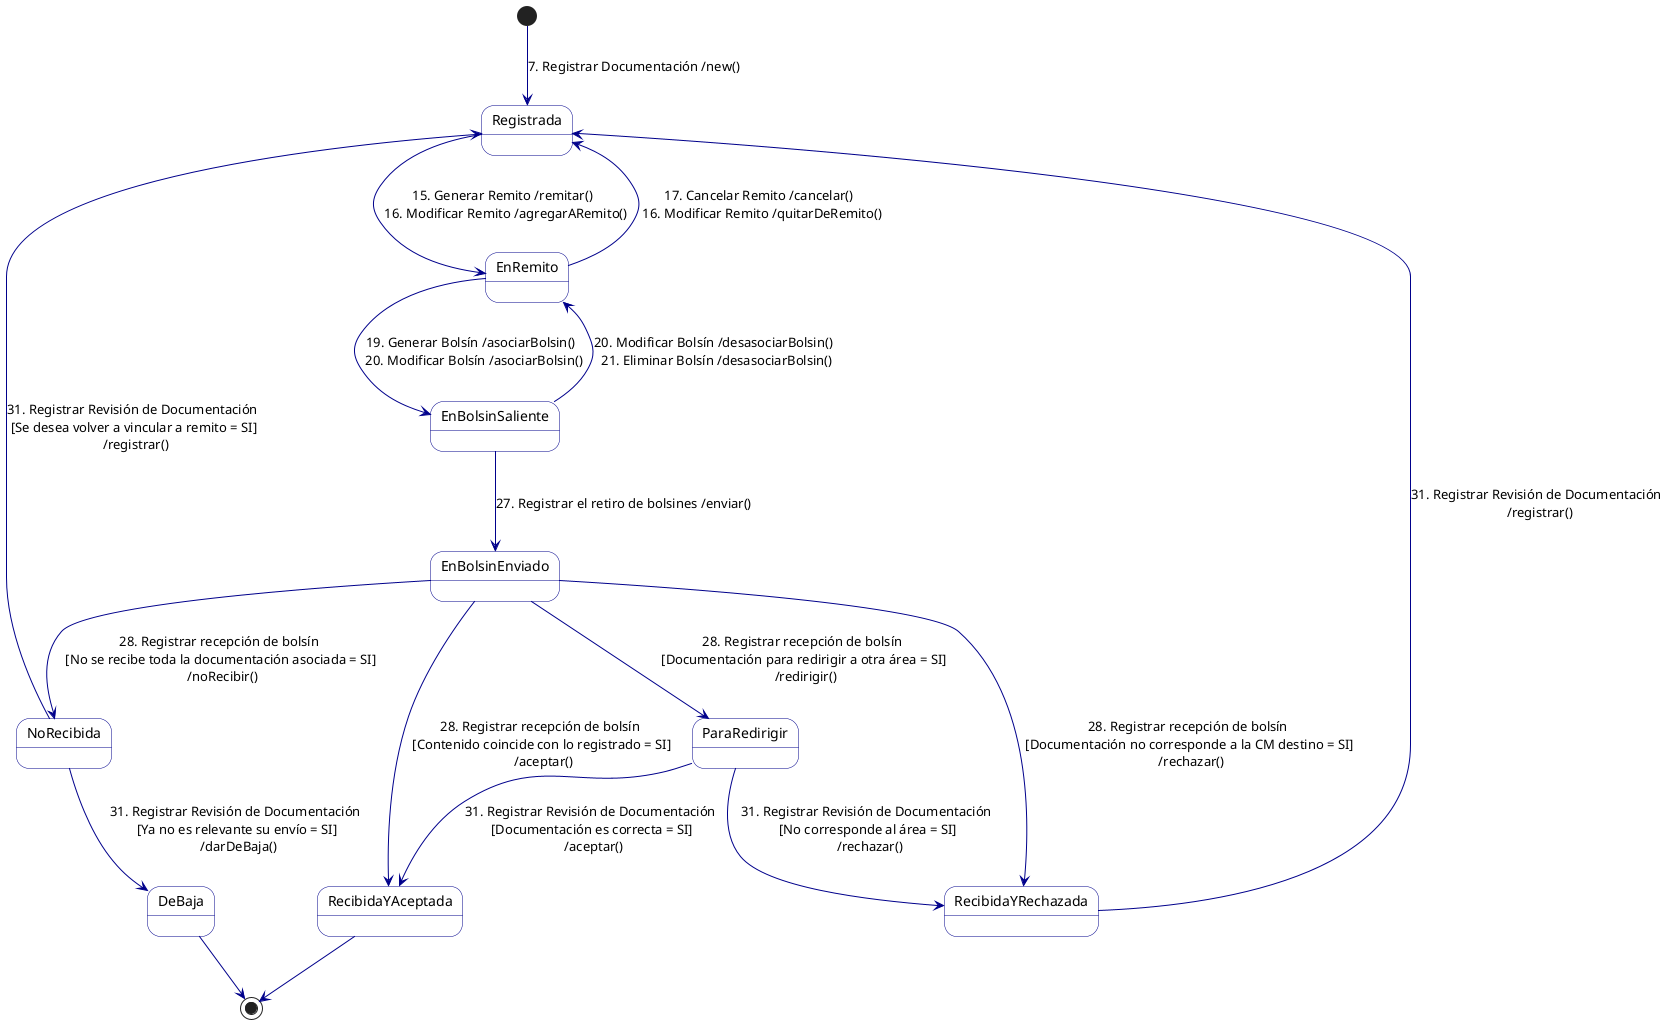
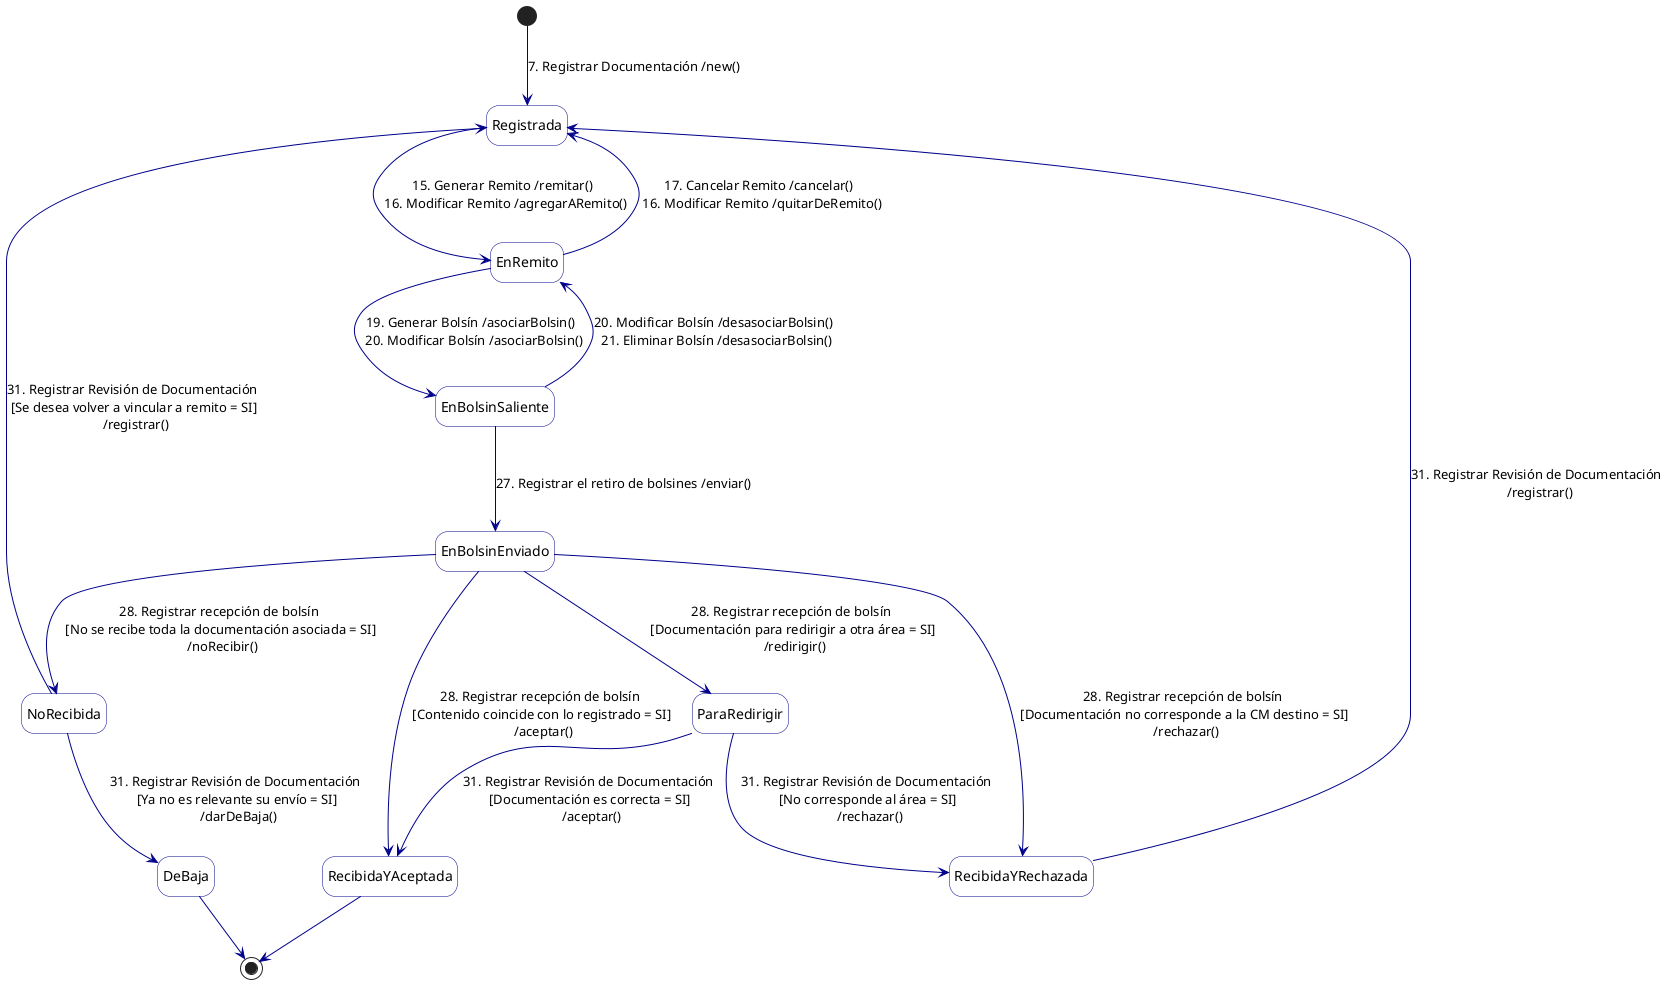
@startuml Maquina de Estados - Documentacion

+ hide empty description
skinparam stateBorderColor DarkBlue
skinparam stateBackgroundColor White
skinparam arrowColor DarkBlue

' "Al registrar la documentación en el sistema, esta queda en estado registrada." (Regla: Movimiento de la Documentación)
state Registrada

' "luego cuando se la incluye en un remito, pasa al estado En remito." (Regla: Movimiento de la Documentación)
state EnRemito

' "Cuando la documentación incluida en un remito se agrega a un bolsín se actualiza su estado a en bolsín saliente." (Regla: Agregar documentación a un Bolsín)
state EnBolsinSaliente

' "El estado de la documentación incluida en cada remito [pasa] de en bolsín saliente a en bolsín enviado." (Regla: Retiro de un Bolsín)
state EnBolsinEnviado

' "Los remitos y la documentación asociada pasan al estado recibida y aceptada." (Regla: Recepción de un Bolsín en una CM Destino)
state RecibidaYAceptada

' "la documentación que no llegó queda como no recibida." (Regla: Recepción de un Bolsín en una CM Destino)
state NoRecibida

' "la documentación se marca como recibida y rechazada." (Regla: Recepción de un Bolsín en una CM Destino)
state RecibidaYRechazada

' "la documentación se actualiza al estado Para redirigir." (Regla: Recepción de un Bolsín en una CM Destino)
state ParaRedirigir

' UC9: "Dar de baja una documentación validando que no se encuentre en un remito ni incluida en un bolsín." (UC: Eliminar Documentación)
' "También puede darse de baja porque se considera que ya no es relevante su envío." (Regla: Recepción de un Bolsín en una CM Destino)
state DeBaja

' "Al registrar la documentación en el sistema, esta queda en estado registrada." (Regla: Movimiento de la Documentación)
[*] --> Registrada : 7. Registrar Documentación /new()

' "el trabajador de la CM debe generar un remito que contenga el detalle de la documentación... la que debe estar previamente registrada en el sistema." (Sección: Remitos)
' "luego cuando se la incluye en un remito, pasa al estado En remito." (Regla: Movimiento de la Documentación)
Registrada --> EnRemito : 15. Generar Remito /remitar() \n 16. Modificar Remito /agregarARemito()

' UC17: "Un remito puede cancelarse mientras este en estado creado, en este caso la documentación asociada vuelve al estado Registrada." (Regla: Remito por CM)
' UC16: "Al modificar un bolsín, la documentación asociada a los remitos que se quitan del bolsín pasa a estado en remito." (Regla: Movimiento de la Documentación)
EnRemito --> Registrada : 17. Cancelar Remito /cancelar() \n 16. Modificar Remito /quitarDeRemito()

' "Cuando la documentación incluida en un remito se agrega a un bolsín se actualiza su estado a en bolsín saliente." (Regla: Agregar documentación a un Bolsín)
EnRemito --> EnBolsinSaliente : 19. Generar Bolsín /asociarBolsin() \n 20. Modificar Bolsín /asociarBolsin()

' UC20: "Al modificar un bolsín, la documentación asociada a los remitos que se quitan del bolsín pasa a estado en remito." (Regla: Movimiento de la Documentación)
' UC21: "Al eliminar un bolsín, la documentación asociada a los remitos que contiene pasa al estado en remito." (Regla: Movimiento de la Documentación)
EnBolsinSaliente --> EnRemito : 20. Modificar Bolsín /desasociarBolsin() \n 21. Eliminar Bolsín /desasociarBolsin()

' "Cuando el correo retira el bolsín de la CM se actualizará... El estado de la documentación incluida en cada remito de en bolsín saliente a en bolsín enviado." (Regla: Retiro de un Bolsín)
EnBolsinSaliente --> EnBolsinEnviado : 27. Registrar el retiro de bolsines /enviar()

' "El contenido del bolsín es igual al registrado: Los remitos y la documentación asociada pasan al estado recibida y aceptada." (Regla: Recepción de un Bolsín en una CM Destino)
EnBolsinEnviado --> RecibidaYAceptada : 28. Registrar recepción de bolsín \n [Contenido coincide con lo registrado = SI] \n /aceptar()

' "No se recibe toda la documentación asociada a los remitos que contiene el bolsín: la documentación que no llegó queda como no recibida." (Regla: Recepción de un Bolsín en una CM Destino)
EnBolsinEnviado --> NoRecibida : 28. Registrar recepción de bolsín \n [No se recibe toda la documentación asociada = SI] \n /noRecibir()

' "Documentación que no corresponde a la CM destino: la documentación se marca como recibida y rechazada." (Regla: Recepción de un Bolsín en una CM Destino)
EnBolsinEnviado --> RecibidaYRechazada : 28. Registrar recepción de bolsín \n [Documentación no corresponde a la CM destino = SI] \n /rechazar()

' "Ocurre cuando la CM destino es la CMC que recibe documentación que debe ser enviada a un área dentro de la sede central. En este caso la documentación se actualiza al estado Para redirigir." (Regla: Recepción de un Bolsín en una CM Destino)
EnBolsinEnviado --> ParaRedirigir : 28. Registrar recepción de bolsín \n [Documentación para redirigir a otra área = SI] \n /redirigir()

' "Cuando el área dentro de la CMC recibe la documentación verifica si es correcta. Si es así, la marca como recibida y aceptada." (Regla: Documentación para redirigir)
ParaRedirigir --> RecibidaYAceptada : 31. Registrar Revisión de Documentación \n [Documentación es correcta = SI] \n /aceptar()

' "De lo contrario, si no corresponde al área, se marca como recibida y rechazada." (Regla: Documentación para redirigir)
ParaRedirigir --> RecibidaYRechazada : 31. Registrar Revisión de Documentación \n [No corresponde al área = SI] \n /rechazar()

' "Se notifica a la CM origen para que la documentación vuelva al estado registrada, y pueda vincularse nuevamente a un remito." (Regla: Recepción de un Bolsín en una CM Destino)
NoRecibida --> Registrada : 31. Registrar Revisión de Documentación \n [Se desea volver a vincular a remito = SI] \n /registrar()

' "También puede darse de baja porque se considera que ya no es relevante su envío." (Regla: Recepción de un Bolsín en una CM Destino)
NoRecibida --> DeBaja : 31. Registrar Revisión de Documentación \n [Ya no es relevante su envío = SI] \n /darDeBaja()

' "Esta documentación debe ser enviada de vuelta al origen, para poder asociarse a un nuevo remito para enviarse a la CM correcta." (Regla: Recepción de un Bolsín en una CM Destino)
RecibidaYRechazada --> Registrada : 31. Registrar Revisión de Documentación \n /registrar()

RecibidaYAceptada --> [*]
DeBaja --> [*]

@enduml
